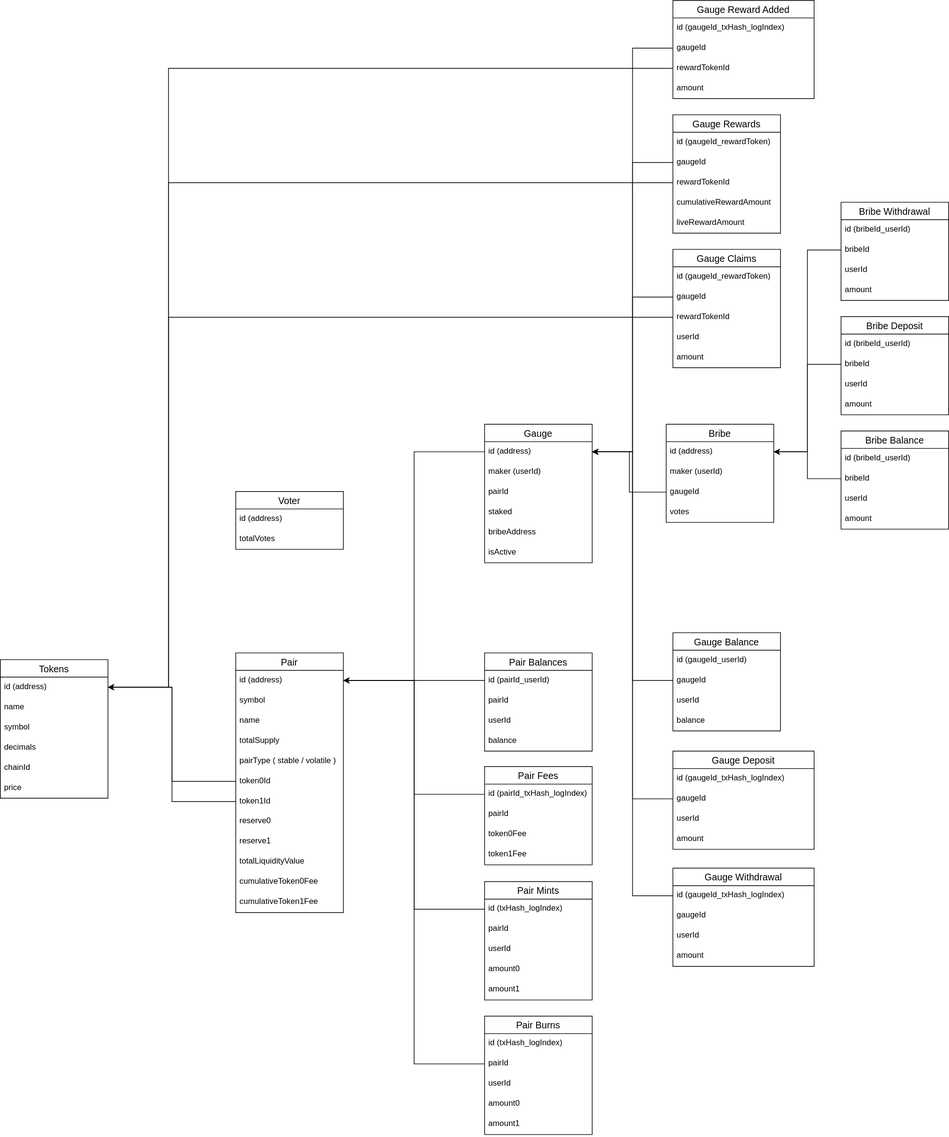
Before: equalizer/equalizer-entities.drawio.svg, a diagram exported from draw.io (kinsyudev/diagrams). Source tidied: cells renumbered, new cells last; positions are measured from the earlier drawing's top-left corner, leaving out a move shared by most shapes.
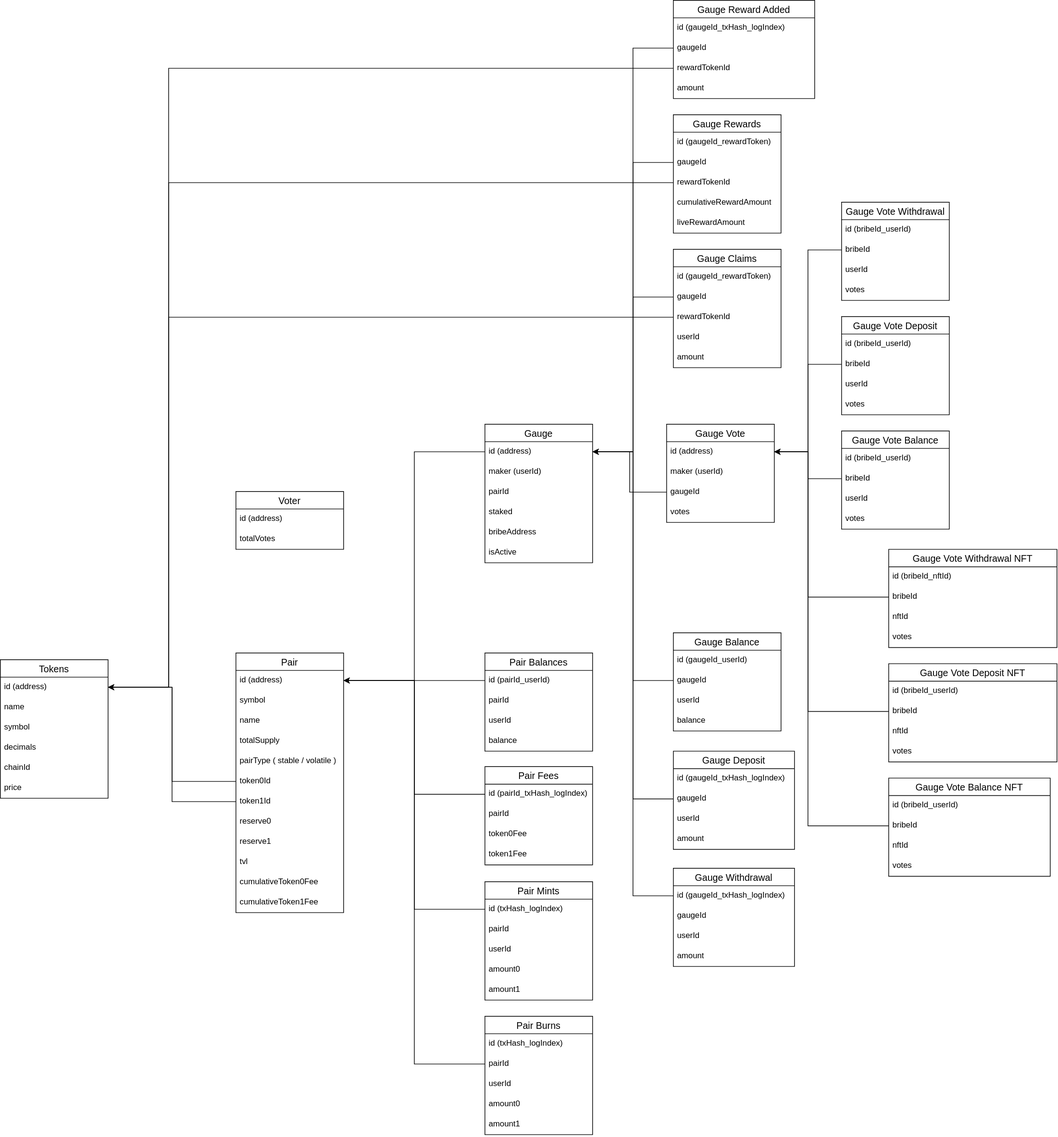
Above is the later version.

Diff of the diagram source:
```diff
@@ -53,7 +53,7 @@
     <mxCell id="18" value="reserve1" style="text;strokeColor=none;fillColor=none;spacingLeft=4;spacingRight=4;overflow=hidden;fontSize=12;whiteSpace=wrap;html=1;" parent="9" vertex="1">
       <mxGeometry y="266" width="160" height="30" as="geometry" />
     </mxCell>
-    <mxCell id="19" value="totalLiquidityValue" style="text;strokeColor=none;fillColor=none;spacingLeft=4;spacingRight=4;overflow=hidden;fontSize=12;whiteSpace=wrap;html=1;" parent="9" vertex="1">
+    <mxCell id="19" value="tvl" style="text;strokeColor=none;fillColor=none;spacingLeft=4;spacingRight=4;overflow=hidden;fontSize=12;whiteSpace=wrap;html=1;" parent="9" vertex="1">
       <mxGeometry y="296" width="160" height="30" as="geometry" />
     </mxCell>
     <mxCell id="20" value="cumulativeToken0Fee" style="text;strokeColor=none;fillColor=none;spacingLeft=4;spacingRight=4;overflow=hidden;fontSize=12;whiteSpace=wrap;html=1;" parent="9" vertex="1">
@@ -189,37 +189,37 @@
       <mxGeometry y="146" width="160" height="30" as="geometry" />
     </mxCell>
     <mxCell id="64" value="Gauge Deposit" style="swimlane;fontStyle=0;horizontal=1;startSize=26;align=center;fontSize=14;" parent="1" vertex="1">
-      <mxGeometry x="1000" y="1116" width="210" height="146" as="geometry" />
+      <mxGeometry x="1000" y="1116" width="180" height="146" as="geometry" />
     </mxCell>
     <mxCell id="65" value="id (gaugeId_txHash_logIndex)" style="text;strokeColor=none;fillColor=none;spacingLeft=4;spacingRight=4;overflow=hidden;fontSize=12;whiteSpace=wrap;html=1;" parent="64" vertex="1">
-      <mxGeometry y="26" width="210" height="30" as="geometry" />
+      <mxGeometry y="26" width="180" height="30" as="geometry" />
     </mxCell>
     <mxCell id="66" value="gaugeId" style="text;strokeColor=none;fillColor=none;spacingLeft=4;spacingRight=4;overflow=hidden;points=[[0,0.5],[1,0.5]];portConstraint=eastwest;fontSize=12;whiteSpace=wrap;html=1;" parent="64" vertex="1">
-      <mxGeometry y="56" width="210" height="30" as="geometry" />
+      <mxGeometry y="56" width="180" height="30" as="geometry" />
     </mxCell>
     <mxCell id="67" value="userId" style="text;strokeColor=none;fillColor=none;spacingLeft=4;spacingRight=4;overflow=hidden;fontSize=12;whiteSpace=wrap;html=1;" parent="64" vertex="1">
-      <mxGeometry y="86" width="210" height="30" as="geometry" />
+      <mxGeometry y="86" width="180" height="30" as="geometry" />
     </mxCell>
     <mxCell id="68" value="amount" style="text;strokeColor=none;fillColor=none;spacingLeft=4;spacingRight=4;overflow=hidden;fontSize=12;whiteSpace=wrap;html=1;" parent="64" vertex="1">
-      <mxGeometry y="116" width="210" height="30" as="geometry" />
+      <mxGeometry y="116" width="180" height="30" as="geometry" />
     </mxCell>
     <mxCell id="69" style="edgeStyle=orthogonalEdgeStyle;rounded=0;jettySize=auto;html=1;entryX=1;entryY=0.5;entryDx=0;entryDy=0;" parent="1" edge="1" source="66" target="51">
       <mxGeometry relative="1" as="geometry" />
     </mxCell>
     <mxCell id="70" value="Gauge Withdrawal" style="swimlane;fontStyle=0;horizontal=1;startSize=26;align=center;fontSize=14;" parent="1" vertex="1">
-      <mxGeometry x="1000" y="1290" width="210" height="146" as="geometry" />
+      <mxGeometry x="1000" y="1290" width="180" height="146" as="geometry" />
     </mxCell>
     <mxCell id="71" value="id (gaugeId_txHash_logIndex)" style="text;strokeColor=none;fillColor=none;spacingLeft=4;spacingRight=4;overflow=hidden;points=[[0,0.5],[1,0.5]];portConstraint=eastwest;fontSize=12;whiteSpace=wrap;html=1;" parent="70" vertex="1">
-      <mxGeometry y="26" width="210" height="30" as="geometry" />
+      <mxGeometry y="26" width="180" height="30" as="geometry" />
     </mxCell>
     <mxCell id="72" value="gaugeId" style="text;strokeColor=none;fillColor=none;spacingLeft=4;spacingRight=4;overflow=hidden;fontSize=12;whiteSpace=wrap;html=1;" parent="70" vertex="1">
-      <mxGeometry y="56" width="210" height="30" as="geometry" />
+      <mxGeometry y="56" width="180" height="30" as="geometry" />
     </mxCell>
     <mxCell id="73" value="userId" style="text;strokeColor=none;fillColor=none;spacingLeft=4;spacingRight=4;overflow=hidden;fontSize=12;whiteSpace=wrap;html=1;" parent="70" vertex="1">
-      <mxGeometry y="86" width="210" height="30" as="geometry" />
+      <mxGeometry y="86" width="180" height="30" as="geometry" />
     </mxCell>
     <mxCell id="74" value="amount" style="text;strokeColor=none;fillColor=none;spacingLeft=4;spacingRight=4;overflow=hidden;fontSize=12;whiteSpace=wrap;html=1;" parent="70" vertex="1">
-      <mxGeometry y="116" width="210" height="30" as="geometry" />
+      <mxGeometry y="116" width="180" height="30" as="geometry" />
     </mxCell>
     <mxCell id="75" style="edgeStyle=orthogonalEdgeStyle;rounded=0;jettySize=auto;html=1;entryX=1;entryY=0.5;entryDx=0;entryDy=0;" parent="1" edge="1" source="71" target="51">
       <mxGeometry relative="1" as="geometry" />
@@ -308,7 +308,7 @@
         </Array>
       </mxGeometry>
     </mxCell>
-    <mxCell id="99" value="Bribe" style="swimlane;fontStyle=0;horizontal=1;startSize=26;align=center;fontSize=14;" parent="1" vertex="1">
+    <mxCell id="99" value="Gauge Vote" style="swimlane;fontStyle=0;horizontal=1;startSize=26;align=center;fontSize=14;" parent="1" vertex="1">
       <mxGeometry x="990" y="630" width="160" height="146" as="geometry" />
     </mxCell>
     <mxCell id="100" value="id (address)" style="text;strokeColor=none;fillColor=none;spacingLeft=4;spacingRight=4;overflow=hidden;points=[[0,0.5],[1,0.5]];portConstraint=eastwest;fontSize=12;whiteSpace=wrap;html=1;" parent="99" vertex="1">
@@ -326,7 +326,7 @@
     <mxCell id="104" style="edgeStyle=orthogonalEdgeStyle;rounded=0;jettySize=auto;html=1;entryX=1;entryY=0.5;entryDx=0;entryDy=0;" parent="1" edge="1" source="102" target="51">
       <mxGeometry relative="1" as="geometry" />
     </mxCell>
-    <mxCell id="105" value="Bribe Balance" style="swimlane;fontStyle=0;horizontal=1;startSize=26;align=center;fontSize=14;" parent="1" vertex="1">
+    <mxCell id="105" value="Gauge Vote Balance" style="swimlane;fontStyle=0;horizontal=1;startSize=26;align=center;fontSize=14;" parent="1" vertex="1">
       <mxGeometry x="1250" y="640" width="160" height="146" as="geometry" />
     </mxCell>
     <mxCell id="106" value="id (bribeId_userId)" style="text;strokeColor=none;fillColor=none;spacingLeft=4;spacingRight=4;overflow=hidden;fontSize=12;whiteSpace=wrap;html=1;" parent="105" vertex="1">
@@ -338,13 +338,13 @@
     <mxCell id="108" value="userId" style="text;strokeColor=none;fillColor=none;spacingLeft=4;spacingRight=4;overflow=hidden;fontSize=12;whiteSpace=wrap;html=1;" parent="105" vertex="1">
       <mxGeometry y="86" width="160" height="30" as="geometry" />
     </mxCell>
-    <mxCell id="109" value="amount" style="text;strokeColor=none;fillColor=none;spacingLeft=4;spacingRight=4;overflow=hidden;fontSize=12;whiteSpace=wrap;html=1;" parent="105" vertex="1">
+    <mxCell id="109" value="votes" style="text;strokeColor=none;fillColor=none;spacingLeft=4;spacingRight=4;overflow=hidden;fontSize=12;whiteSpace=wrap;html=1;" parent="105" vertex="1">
       <mxGeometry y="116" width="160" height="30" as="geometry" />
     </mxCell>
     <mxCell id="110" style="edgeStyle=orthogonalEdgeStyle;rounded=0;jettySize=auto;html=1;entryX=1;entryY=0.5;entryDx=0;entryDy=0;" parent="1" edge="1" source="107" target="100">
       <mxGeometry relative="1" as="geometry" />
     </mxCell>
-    <mxCell id="111" value="Bribe Deposit" style="swimlane;fontStyle=0;horizontal=1;startSize=26;align=center;fontSize=14;" parent="1" vertex="1">
+    <mxCell id="111" value="Gauge Vote Deposit" style="swimlane;fontStyle=0;horizontal=1;startSize=26;align=center;fontSize=14;" parent="1" vertex="1">
       <mxGeometry x="1250" y="470" width="160" height="146" as="geometry" />
     </mxCell>
     <mxCell id="112" value="id (bribeId_userId)" style="text;strokeColor=none;fillColor=none;spacingLeft=4;spacingRight=4;overflow=hidden;fontSize=12;whiteSpace=wrap;html=1;" parent="111" vertex="1">
@@ -356,13 +356,13 @@
     <mxCell id="114" value="userId" style="text;strokeColor=none;fillColor=none;spacingLeft=4;spacingRight=4;overflow=hidden;fontSize=12;whiteSpace=wrap;html=1;" parent="111" vertex="1">
       <mxGeometry y="86" width="160" height="30" as="geometry" />
     </mxCell>
-    <mxCell id="115" value="amount" style="text;strokeColor=none;fillColor=none;spacingLeft=4;spacingRight=4;overflow=hidden;fontSize=12;whiteSpace=wrap;html=1;" parent="111" vertex="1">
+    <mxCell id="115" value="votes" style="text;strokeColor=none;fillColor=none;spacingLeft=4;spacingRight=4;overflow=hidden;fontSize=12;whiteSpace=wrap;html=1;" parent="111" vertex="1">
       <mxGeometry y="116" width="160" height="30" as="geometry" />
     </mxCell>
     <mxCell id="116" style="edgeStyle=orthogonalEdgeStyle;rounded=0;jettySize=auto;html=1;entryX=1;entryY=0.5;entryDx=0;entryDy=0;" parent="1" edge="1" source="113" target="100">
       <mxGeometry relative="1" as="geometry" />
     </mxCell>
-    <mxCell id="117" value="Bribe Withdrawal" style="swimlane;fontStyle=0;horizontal=1;startSize=26;align=center;fontSize=14;" parent="1" vertex="1">
+    <mxCell id="117" value="Gauge Vote Withdrawal" style="swimlane;fontStyle=0;horizontal=1;startSize=26;align=center;fontSize=14;" parent="1" vertex="1">
       <mxGeometry x="1250" y="300" width="160" height="146" as="geometry" />
     </mxCell>
     <mxCell id="118" value="id (bribeId_userId)" style="text;strokeColor=none;fillColor=none;spacingLeft=4;spacingRight=4;overflow=hidden;fontSize=12;whiteSpace=wrap;html=1;" parent="117" vertex="1">
@@ -374,7 +374,7 @@
     <mxCell id="120" value="userId" style="text;strokeColor=none;fillColor=none;spacingLeft=4;spacingRight=4;overflow=hidden;fontSize=12;whiteSpace=wrap;html=1;" parent="117" vertex="1">
       <mxGeometry y="86" width="160" height="30" as="geometry" />
     </mxCell>
-    <mxCell id="121" value="amount" style="text;strokeColor=none;fillColor=none;spacingLeft=4;spacingRight=4;overflow=hidden;fontSize=12;whiteSpace=wrap;html=1;" parent="117" vertex="1">
+    <mxCell id="121" value="votes" style="text;strokeColor=none;fillColor=none;spacingLeft=4;spacingRight=4;overflow=hidden;fontSize=12;whiteSpace=wrap;html=1;" parent="117" vertex="1">
       <mxGeometry y="116" width="160" height="30" as="geometry" />
     </mxCell>
     <mxCell id="122" style="edgeStyle=orthogonalEdgeStyle;rounded=0;jettySize=auto;html=1;entryX=1;entryY=0.5;entryDx=0;entryDy=0;" parent="1" edge="1" source="119" target="100">
@@ -389,5 +389,74 @@
     <mxCell id="125" value="totalVotes" style="text;strokeColor=none;fillColor=none;spacingLeft=4;spacingRight=4;overflow=hidden;fontSize=12;whiteSpace=wrap;html=1;" parent="123" vertex="1">
       <mxGeometry y="56" width="160" height="30" as="geometry" />
     </mxCell>
+    <mxCell id="126" value="Gauge Vote Balance NFT" style="swimlane;fontStyle=0;horizontal=1;startSize=26;align=center;fontSize=14;" parent="1" vertex="1">
+      <mxGeometry x="1320" y="1156" width="240" height="146" as="geometry" />
+    </mxCell>
+    <mxCell id="127" value="id (bribeId_userId)" style="text;strokeColor=none;fillColor=none;spacingLeft=4;spacingRight=4;overflow=hidden;fontSize=12;whiteSpace=wrap;html=1;" parent="126" vertex="1">
+      <mxGeometry y="26" width="240" height="30" as="geometry" />
+    </mxCell>
+    <mxCell id="128" value="bribeId" style="text;strokeColor=none;fillColor=none;spacingLeft=4;spacingRight=4;overflow=hidden;points=[[0,0.5],[1,0.5]];portConstraint=eastwest;fontSize=12;whiteSpace=wrap;html=1;" parent="126" vertex="1">
+      <mxGeometry y="56" width="240" height="30" as="geometry" />
+    </mxCell>
+    <mxCell id="129" value="nftId" style="text;strokeColor=none;fillColor=none;spacingLeft=4;spacingRight=4;overflow=hidden;fontSize=12;whiteSpace=wrap;html=1;" parent="126" vertex="1">
+      <mxGeometry y="86" width="240" height="30" as="geometry" />
+    </mxCell>
+    <mxCell id="130" value="votes" style="text;strokeColor=none;fillColor=none;spacingLeft=4;spacingRight=4;overflow=hidden;fontSize=12;whiteSpace=wrap;html=1;" parent="126" vertex="1">
+      <mxGeometry y="116" width="240" height="30" as="geometry" />
+    </mxCell>
+    <mxCell id="131" value="Gauge Vote Deposit NFT" style="swimlane;fontStyle=0;horizontal=1;startSize=26;align=center;fontSize=14;" parent="1" vertex="1">
+      <mxGeometry x="1320" y="986" width="250" height="146" as="geometry" />
+    </mxCell>
+    <mxCell id="132" value="id (bribeId_userId)" style="text;strokeColor=none;fillColor=none;spacingLeft=4;spacingRight=4;overflow=hidden;fontSize=12;whiteSpace=wrap;html=1;" parent="131" vertex="1">
+      <mxGeometry y="26" width="250" height="30" as="geometry" />
+    </mxCell>
+    <mxCell id="133" value="bribeId" style="text;strokeColor=none;fillColor=none;spacingLeft=4;spacingRight=4;overflow=hidden;points=[[0,0.5],[1,0.5]];portConstraint=eastwest;fontSize=12;whiteSpace=wrap;html=1;" parent="131" vertex="1">
+      <mxGeometry y="56" width="250" height="30" as="geometry" />
+    </mxCell>
+    <mxCell id="134" value="nftId" style="text;strokeColor=none;fillColor=none;spacingLeft=4;spacingRight=4;overflow=hidden;fontSize=12;whiteSpace=wrap;html=1;" parent="131" vertex="1">
+      <mxGeometry y="86" width="250" height="30" as="geometry" />
+    </mxCell>
+    <mxCell id="135" value="votes" style="text;strokeColor=none;fillColor=none;spacingLeft=4;spacingRight=4;overflow=hidden;fontSize=12;whiteSpace=wrap;html=1;" parent="131" vertex="1">
+      <mxGeometry y="116" width="250" height="30" as="geometry" />
+    </mxCell>
+    <mxCell id="136" value="Gauge Vote Withdrawal NFT" style="swimlane;fontStyle=0;horizontal=1;startSize=26;align=center;fontSize=14;" parent="1" vertex="1">
+      <mxGeometry x="1320" y="816" width="250" height="146" as="geometry" />
+    </mxCell>
+    <mxCell id="137" value="id (bribeId_nftId)" style="text;strokeColor=none;fillColor=none;spacingLeft=4;spacingRight=4;overflow=hidden;fontSize=12;whiteSpace=wrap;html=1;" parent="136" vertex="1">
+      <mxGeometry y="26" width="250" height="30" as="geometry" />
+    </mxCell>
+    <mxCell id="138" value="bribeId" style="text;strokeColor=none;fillColor=none;spacingLeft=4;spacingRight=4;overflow=hidden;points=[[0,0.5],[1,0.5]];portConstraint=eastwest;fontSize=12;whiteSpace=wrap;html=1;" parent="136" vertex="1">
+      <mxGeometry y="56" width="250" height="30" as="geometry" />
+    </mxCell>
+    <mxCell id="139" value="nftId" style="text;strokeColor=none;fillColor=none;spacingLeft=4;spacingRight=4;overflow=hidden;fontSize=12;whiteSpace=wrap;html=1;" parent="136" vertex="1">
+      <mxGeometry y="86" width="250" height="30" as="geometry" />
+    </mxCell>
+    <mxCell id="140" value="votes" style="text;strokeColor=none;fillColor=none;spacingLeft=4;spacingRight=4;overflow=hidden;fontSize=12;whiteSpace=wrap;html=1;" parent="136" vertex="1">
+      <mxGeometry y="116" width="250" height="30" as="geometry" />
+    </mxCell>
+    <mxCell id="141" style="edgeStyle=orthogonalEdgeStyle;rounded=0;jettySize=auto;html=1;entryX=1;entryY=0.5;entryDx=0;entryDy=0;" parent="1" edge="1" source="138" target="100">
+      <mxGeometry relative="1" as="geometry">
+        <Array as="points">
+          <mxPoint x="1200" y="887" />
+          <mxPoint x="1200" y="671" />
+        </Array>
+      </mxGeometry>
+    </mxCell>
+    <mxCell id="142" style="edgeStyle=orthogonalEdgeStyle;rounded=0;jettySize=auto;html=1;entryX=1;entryY=0.5;entryDx=0;entryDy=0;" parent="1" edge="1" source="133" target="100">
+      <mxGeometry relative="1" as="geometry">
+        <Array as="points">
+          <mxPoint x="1200" y="1057" />
+          <mxPoint x="1200" y="671" />
+        </Array>
+      </mxGeometry>
+    </mxCell>
+    <mxCell id="143" style="edgeStyle=orthogonalEdgeStyle;rounded=0;jettySize=auto;html=1;entryX=1;entryY=0.5;entryDx=0;entryDy=0;" parent="1" edge="1" source="128" target="100">
+      <mxGeometry relative="1" as="geometry">
+        <Array as="points">
+          <mxPoint x="1200" y="1227" />
+          <mxPoint x="1200" y="671" />
+        </Array>
+      </mxGeometry>
+    </mxCell>
   </root>
 </mxGraphModel>
```
